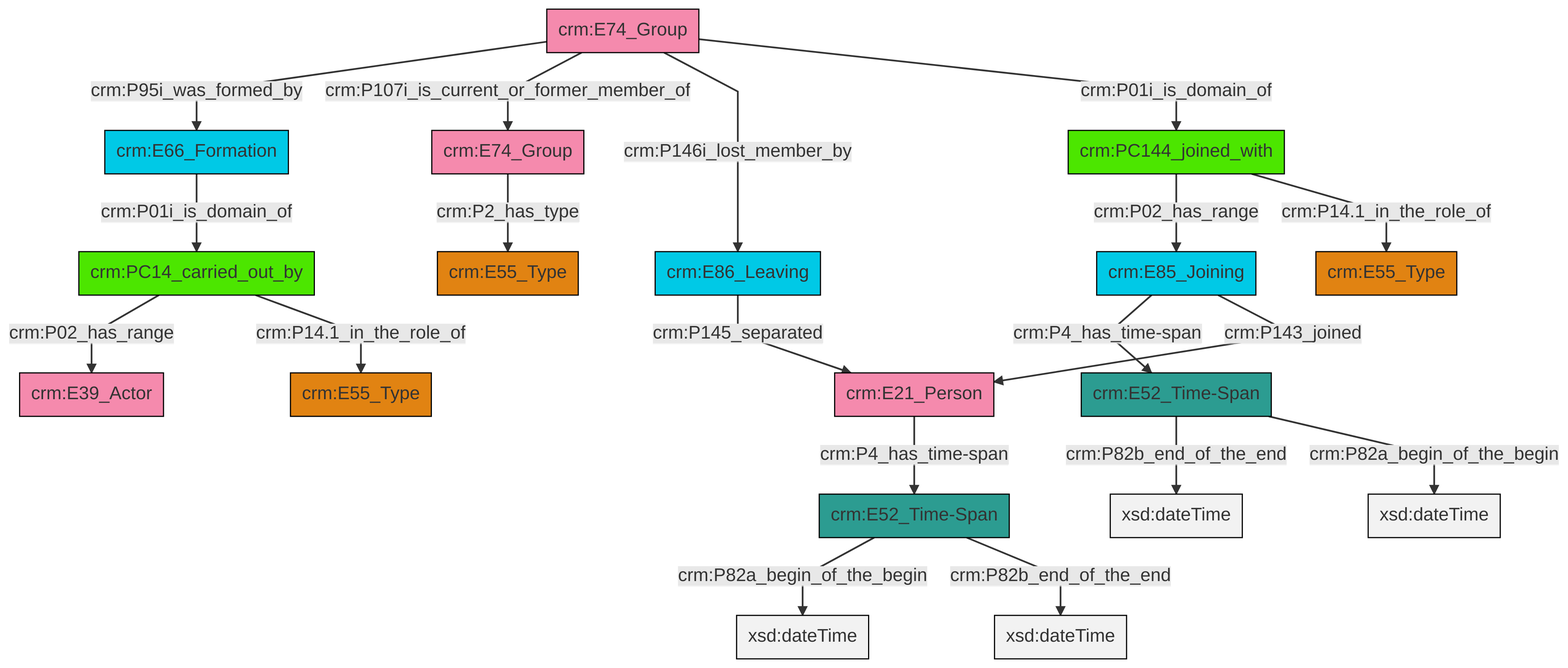
This is et/groupCSV/ttl/mmd/png/group_actor_relations.png from swiss-art-research-net/docs.swissartresearch, a Mermaid export, as it was before one commit. Its source is kept beside it as et/groupCSV/ttl/mmd/group_actor_relations.ttl.mmd.
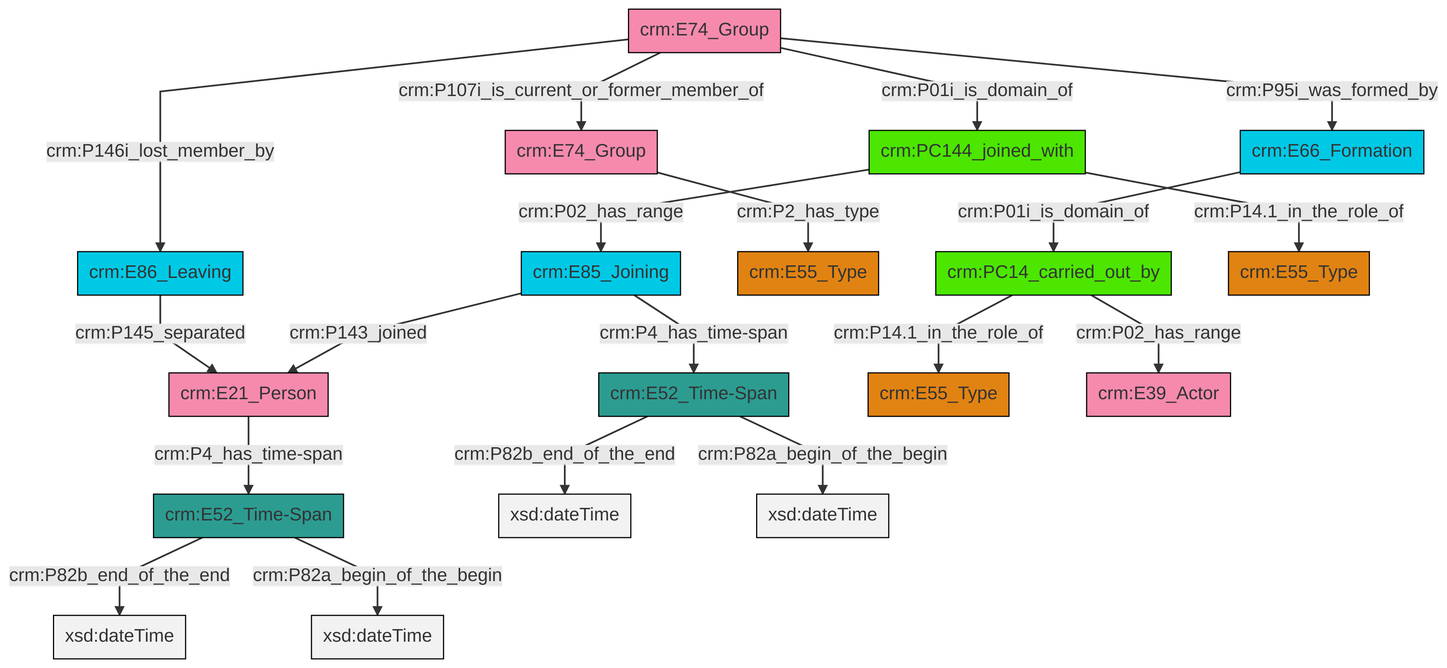
Above is the later version.

What changed in the source:
```diff
@@ -13,21 +13,21 @@
 classDef PC_Classes fill:#4ce600, stroke:#000000;
 classDef Multi fill:#cccccc,stroke:#000000;
 
-0["crm:PC144_joined_with"]:::PC_Classes -->|crm:P02_has_range| 1["crm:E85_Joining"]:::Temporal_Entity
-2["crm:E74_Group"]:::Actor -->|crm:P95i_was_formed_by| 3["crm:E66_Formation"]:::Temporal_Entity
-5["crm:E86_Leaving"]:::Temporal_Entity -->|crm:P145_separated| 6["crm:E21_Person"]:::Actor
-3["crm:E66_Formation"]:::Temporal_Entity -->|crm:P01i_is_domain_of| 7["crm:PC14_carried_out_by"]:::PC_Classes
-2["crm:E74_Group"]:::Actor -->|crm:P107i_is_current_or_former_member_of| 8["crm:E74_Group"]:::Actor
-1["crm:E85_Joining"]:::Temporal_Entity -->|crm:P4_has_time-span| 9["crm:E52_Time-Span"]:::Time-Span
-7["crm:PC14_carried_out_by"]:::PC_Classes -->|crm:P02_has_range| 11["crm:E39_Actor"]:::Actor
-2["crm:E74_Group"]:::Actor -->|crm:P146i_lost_member_by| 5["crm:E86_Leaving"]:::Temporal_Entity
-8["crm:E74_Group"]:::Actor -->|crm:P2_has_type| 17["crm:E55_Type"]:::Type
-20["crm:E52_Time-Span"]:::Time-Span -->|crm:P82a_begin_of_the_begin| 21[xsd:dateTime]:::Literal
-9["crm:E52_Time-Span"]:::Time-Span -->|crm:P82b_end_of_the_end| 23[xsd:dateTime]:::Literal
-0["crm:PC144_joined_with"]:::PC_Classes -->|crm:P14.1_in_the_role_of| 24["crm:E55_Type"]:::Type
-9["crm:E52_Time-Span"]:::Time-Span -->|crm:P82a_begin_of_the_begin| 27[xsd:dateTime]:::Literal
-20["crm:E52_Time-Span"]:::Time-Span -->|crm:P82b_end_of_the_end| 29[xsd:dateTime]:::Literal
-1["crm:E85_Joining"]:::Temporal_Entity -->|crm:P143_joined| 6["crm:E21_Person"]:::Actor
-2["crm:E74_Group"]:::Actor -->|crm:P01i_is_domain_of| 0["crm:PC144_joined_with"]:::PC_Classes
-6["crm:E21_Person"]:::Actor -->|crm:P4_has_time-span| 20["crm:E52_Time-Span"]:::Time-Span
-7["crm:PC14_carried_out_by"]:::PC_Classes -->|crm:P14.1_in_the_role_of| 14["crm:E55_Type"]:::Type
+2["crm:E85_Joining"]:::Temporal_Entity -->|crm:P4_has_time-span| 3["crm:E52_Time-Span"]:::Time-Span
+2["crm:E85_Joining"]:::Temporal_Entity -->|crm:P143_joined| 7["crm:E21_Person"]:::Actor
+8["crm:E74_Group"]:::Actor -->|crm:P107i_is_current_or_former_member_of| 9["crm:E74_Group"]:::Actor
+0["crm:PC14_carried_out_by"]:::PC_Classes -->|crm:P14.1_in_the_role_of| 10["crm:E55_Type"]:::Type
+3["crm:E52_Time-Span"]:::Time-Span -->|crm:P82b_end_of_the_end| 17[xsd:dateTime]:::Literal
+5["crm:E52_Time-Span"]:::Time-Span -->|crm:P82b_end_of_the_end| 18[xsd:dateTime]:::Literal
+0["crm:PC14_carried_out_by"]:::PC_Classes -->|crm:P02_has_range| 19["crm:E39_Actor"]:::Actor
+22["crm:E66_Formation"]:::Temporal_Entity -->|crm:P01i_is_domain_of| 0["crm:PC14_carried_out_by"]:::PC_Classes
+13["crm:PC144_joined_with"]:::PC_Classes -->|crm:P02_has_range| 2["crm:E85_Joining"]:::Temporal_Entity
+9["crm:E74_Group"]:::Actor -->|crm:P2_has_type| 11["crm:E55_Type"]:::Type
+3["crm:E52_Time-Span"]:::Time-Span -->|crm:P82a_begin_of_the_begin| 28[xsd:dateTime]:::Literal
+5["crm:E52_Time-Span"]:::Time-Span -->|crm:P82a_begin_of_the_begin| 29[xsd:dateTime]:::Literal
+8["crm:E74_Group"]:::Actor -->|crm:P146i_lost_member_by| 20["crm:E86_Leaving"]:::Temporal_Entity
+20["crm:E86_Leaving"]:::Temporal_Entity -->|crm:P145_separated| 7["crm:E21_Person"]:::Actor
+8["crm:E74_Group"]:::Actor -->|crm:P95i_was_formed_by| 22["crm:E66_Formation"]:::Temporal_Entity
+7["crm:E21_Person"]:::Actor -->|crm:P4_has_time-span| 5["crm:E52_Time-Span"]:::Time-Span
+8["crm:E74_Group"]:::Actor -->|crm:P01i_is_domain_of| 13["crm:PC144_joined_with"]:::PC_Classes
+13["crm:PC144_joined_with"]:::PC_Classes -->|crm:P14.1_in_the_role_of| 26["crm:E55_Type"]:::Type
```
